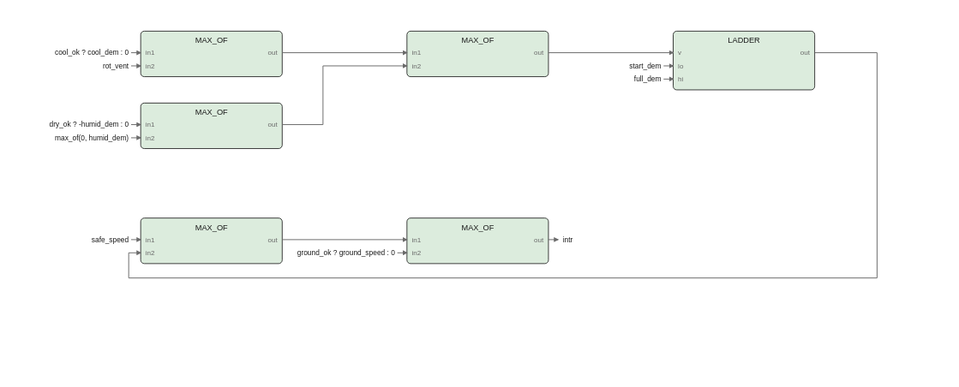
This is images/logic/intractors_fbd.drawio.svg from pstch/botanik2, a draw.io export, as it was before one commit. Source tidied: cells renumbered, new cells last; positions are measured from the earlier drawing's top-left corner, leaving out a move shared by most shapes.
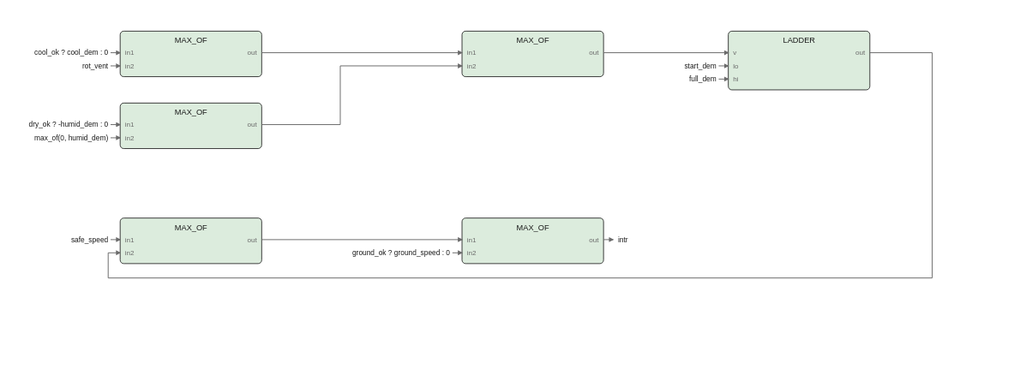
Later version of the same file.

What changed in the source:
```diff
@@ -3,218 +3,218 @@
     <mxCell id="0" />
     <mxCell id="1" parent="0" />
     <mxCell id="2" style="rounded=1;fillColor=#dcecdd;strokeColor=#1a1a1a;whiteSpace=wrap;html=1;fontSize=8;" parent="1" vertex="1">
-      <mxGeometry x="10" width="118" height="38" as="geometry" />
+      <mxGeometry x="-7" width="118" height="38" as="geometry" />
     </mxCell>
     <mxCell id="3" value="MAX_OF" style="text;html=1;fontSize=6;fontColor=#1a1a1a;align=center;" parent="1" vertex="1">
-      <mxGeometry x="69" y="3.4" width="40" height="10.6" as="geometry" />
+      <mxGeometry x="52" y="3.4" width="40" height="10.6" as="geometry" />
     </mxCell>
     <mxCell id="4" value="in1" style="text;html=1;fontSize=5;fontColor=#6b6b6b;align=left;" parent="1" vertex="1">
-      <mxGeometry x="14" y="14.2" width="40" height="9.8" as="geometry" />
+      <mxGeometry x="-3" y="14.2" width="40" height="9.8" as="geometry" />
     </mxCell>
     <mxCell id="5" value="in2" style="text;html=1;fontSize=5;fontColor=#6b6b6b;align=left;" parent="1" vertex="1">
-      <mxGeometry x="14" y="25.2" width="40" height="9.8" as="geometry" />
+      <mxGeometry x="-3" y="25.2" width="40" height="9.8" as="geometry" />
     </mxCell>
     <mxCell id="6" value="out" style="text;html=1;fontSize=5;fontColor=#6b6b6b;align=left;" parent="1" vertex="1">
-      <mxGeometry x="124" y="14.2" width="40" height="9.8" as="geometry" />
+      <mxGeometry x="107" y="14.2" width="40" height="9.8" as="geometry" />
     </mxCell>
     <mxCell id="7" style="rounded=1;fillColor=#dcecdd;strokeColor=#1a1a1a;whiteSpace=wrap;html=1;fontSize=8;" parent="1" vertex="1">
-      <mxGeometry x="10" y="60" width="118" height="38" as="geometry" />
+      <mxGeometry x="-7" y="60" width="118" height="38" as="geometry" />
     </mxCell>
     <mxCell id="8" value="MAX_OF" style="text;html=1;fontSize=6;fontColor=#1a1a1a;align=center;" parent="1" vertex="1">
-      <mxGeometry x="69" y="63.4" width="40" height="10.6" as="geometry" />
+      <mxGeometry x="52" y="63.4" width="40" height="10.6" as="geometry" />
     </mxCell>
     <mxCell id="9" value="in1" style="text;html=1;fontSize=5;fontColor=#6b6b6b;align=left;" parent="1" vertex="1">
-      <mxGeometry x="14" y="74.2" width="40" height="9.8" as="geometry" />
+      <mxGeometry x="-3" y="74.2" width="40" height="9.8" as="geometry" />
     </mxCell>
     <mxCell id="10" value="in2" style="text;html=1;fontSize=5;fontColor=#6b6b6b;align=left;" parent="1" vertex="1">
-      <mxGeometry x="14" y="85.2" width="40" height="9.8" as="geometry" />
+      <mxGeometry x="-3" y="85.2" width="40" height="9.8" as="geometry" />
     </mxCell>
     <mxCell id="11" value="out" style="text;html=1;fontSize=5;fontColor=#6b6b6b;align=left;" parent="1" vertex="1">
-      <mxGeometry x="124" y="74.2" width="40" height="9.8" as="geometry" />
+      <mxGeometry x="107" y="74.2" width="40" height="9.8" as="geometry" />
     </mxCell>
     <mxCell id="12" style="rounded=1;fillColor=#dcecdd;strokeColor=#1a1a1a;whiteSpace=wrap;html=1;fontSize=8;" parent="1" vertex="1">
-      <mxGeometry x="232" width="118" height="38" as="geometry" />
+      <mxGeometry x="278" width="118" height="38" as="geometry" />
     </mxCell>
     <mxCell id="13" value="MAX_OF" style="text;html=1;fontSize=6;fontColor=#1a1a1a;align=center;" parent="1" vertex="1">
-      <mxGeometry x="291" y="3.4" width="40" height="10.6" as="geometry" />
+      <mxGeometry x="337" y="3.4" width="40" height="10.6" as="geometry" />
     </mxCell>
     <mxCell id="14" value="in1" style="text;html=1;fontSize=5;fontColor=#6b6b6b;align=left;" parent="1" vertex="1">
-      <mxGeometry x="236" y="14.2" width="40" height="9.8" as="geometry" />
+      <mxGeometry x="282" y="14.2" width="40" height="9.8" as="geometry" />
     </mxCell>
     <mxCell id="15" value="in2" style="text;html=1;fontSize=5;fontColor=#6b6b6b;align=left;" parent="1" vertex="1">
-      <mxGeometry x="236" y="25.2" width="40" height="9.8" as="geometry" />
+      <mxGeometry x="282" y="25.2" width="40" height="9.8" as="geometry" />
     </mxCell>
     <mxCell id="16" value="out" style="text;html=1;fontSize=5;fontColor=#6b6b6b;align=left;" parent="1" vertex="1">
-      <mxGeometry x="346" y="14.2" width="40" height="9.8" as="geometry" />
+      <mxGeometry x="392" y="14.2" width="40" height="9.8" as="geometry" />
     </mxCell>
     <mxCell id="17" style="rounded=1;fillColor=#dcecdd;strokeColor=#1a1a1a;whiteSpace=wrap;html=1;fontSize=8;" parent="1" vertex="1">
-      <mxGeometry x="454" width="118" height="49" as="geometry" />
+      <mxGeometry x="500" width="118" height="49" as="geometry" />
     </mxCell>
     <mxCell id="18" value="LADDER" style="text;html=1;fontSize=6;fontColor=#1a1a1a;align=center;" parent="1" vertex="1">
-      <mxGeometry x="513" y="3.4" width="40" height="10.6" as="geometry" />
+      <mxGeometry x="559" y="3.4" width="40" height="10.6" as="geometry" />
     </mxCell>
     <mxCell id="19" value="v" style="text;html=1;fontSize=5;fontColor=#6b6b6b;align=left;" parent="1" vertex="1">
-      <mxGeometry x="458" y="14.2" width="40" height="9.8" as="geometry" />
+      <mxGeometry x="504" y="14.2" width="40" height="9.8" as="geometry" />
     </mxCell>
     <mxCell id="20" value="lo" style="text;html=1;fontSize=5;fontColor=#6b6b6b;align=left;" parent="1" vertex="1">
-      <mxGeometry x="458" y="25.2" width="40" height="9.8" as="geometry" />
+      <mxGeometry x="504" y="25.2" width="40" height="9.8" as="geometry" />
     </mxCell>
     <mxCell id="21" value="hi" style="text;html=1;fontSize=5;fontColor=#6b6b6b;align=left;" parent="1" vertex="1">
-      <mxGeometry x="458" y="36.2" width="40" height="9.8" as="geometry" />
+      <mxGeometry x="504" y="36.2" width="40" height="9.8" as="geometry" />
     </mxCell>
     <mxCell id="22" value="out" style="text;html=1;fontSize=5;fontColor=#6b6b6b;align=left;" parent="1" vertex="1">
-      <mxGeometry x="568" y="14.2" width="40" height="9.8" as="geometry" />
+      <mxGeometry x="614" y="14.2" width="40" height="9.8" as="geometry" />
     </mxCell>
     <mxCell id="23" style="rounded=1;fillColor=#dcecdd;strokeColor=#1a1a1a;whiteSpace=wrap;html=1;fontSize=8;" parent="1" vertex="1">
-      <mxGeometry x="10" y="156" width="118" height="38" as="geometry" />
+      <mxGeometry x="-7" y="156" width="118" height="38" as="geometry" />
     </mxCell>
     <mxCell id="24" value="MAX_OF" style="text;html=1;fontSize=6;fontColor=#1a1a1a;align=center;" parent="1" vertex="1">
-      <mxGeometry x="69" y="159.4" width="40" height="10.6" as="geometry" />
+      <mxGeometry x="52" y="159.4" width="40" height="10.6" as="geometry" />
     </mxCell>
     <mxCell id="25" value="in1" style="text;html=1;fontSize=5;fontColor=#6b6b6b;align=left;" parent="1" vertex="1">
-      <mxGeometry x="14" y="170.2" width="40" height="9.8" as="geometry" />
+      <mxGeometry x="-3" y="170.2" width="40" height="9.8" as="geometry" />
     </mxCell>
     <mxCell id="26" value="in2" style="text;html=1;fontSize=5;fontColor=#6b6b6b;align=left;" parent="1" vertex="1">
-      <mxGeometry x="14" y="181.2" width="40" height="9.8" as="geometry" />
+      <mxGeometry x="-3" y="181.2" width="40" height="9.8" as="geometry" />
     </mxCell>
     <mxCell id="27" value="out" style="text;html=1;fontSize=5;fontColor=#6b6b6b;align=left;" parent="1" vertex="1">
-      <mxGeometry x="124" y="170.2" width="40" height="9.8" as="geometry" />
+      <mxGeometry x="107" y="170.2" width="40" height="9.8" as="geometry" />
     </mxCell>
     <mxCell id="28" style="rounded=1;fillColor=#dcecdd;strokeColor=#1a1a1a;whiteSpace=wrap;html=1;fontSize=8;" parent="1" vertex="1">
-      <mxGeometry x="232" y="156" width="118" height="38" as="geometry" />
+      <mxGeometry x="278" y="156" width="118" height="38" as="geometry" />
     </mxCell>
     <mxCell id="29" value="MAX_OF" style="text;html=1;fontSize=6;fontColor=#1a1a1a;align=center;" parent="1" vertex="1">
-      <mxGeometry x="291" y="159.4" width="40" height="10.6" as="geometry" />
+      <mxGeometry x="337" y="159.4" width="40" height="10.6" as="geometry" />
     </mxCell>
     <mxCell id="30" value="in1" style="text;html=1;fontSize=5;fontColor=#6b6b6b;align=left;" parent="1" vertex="1">
-      <mxGeometry x="236" y="170.2" width="40" height="9.8" as="geometry" />
+      <mxGeometry x="282" y="170.2" width="40" height="9.8" as="geometry" />
     </mxCell>
     <mxCell id="31" value="in2" style="text;html=1;fontSize=5;fontColor=#6b6b6b;align=left;" parent="1" vertex="1">
-      <mxGeometry x="236" y="181.2" width="40" height="9.8" as="geometry" />
+      <mxGeometry x="282" y="181.2" width="40" height="9.8" as="geometry" />
     </mxCell>
     <mxCell id="32" value="out" style="text;html=1;fontSize=5;fontColor=#6b6b6b;align=left;" parent="1" vertex="1">
-      <mxGeometry x="346" y="170.2" width="40" height="9.8" as="geometry" />
+      <mxGeometry x="392" y="170.2" width="40" height="9.8" as="geometry" />
     </mxCell>
     <mxCell id="33" style="edgeStyle=none;html=1;strokeColor=#6b6b6b;endArrow=block;" parent="1" edge="1">
       <mxGeometry relative="1" as="geometry">
-        <mxPoint x="128" y="18" as="sourcePoint" />
-        <mxPoint x="232" y="18" as="targetPoint" />
+        <mxPoint x="396" y="174" as="sourcePoint" />
+        <mxPoint x="404" y="174" as="targetPoint" />
       </mxGeometry>
     </mxCell>
-    <mxCell id="34" style="edgeStyle=none;html=1;strokeColor=#6b6b6b;endArrow=block;" parent="1" edge="1">
-      <mxGeometry relative="1" as="geometry">
-        <mxPoint x="128" y="78" as="sourcePoint" />
-        <mxPoint x="232" y="29" as="targetPoint" />
-        <Array as="points">
-          <mxPoint x="162" y="78" />
-          <mxPoint x="162" y="29" />
-        </Array>
-      </mxGeometry>
-    </mxCell>
+    <mxCell id="55" value="intr" style="text;html=1;fontSize=6;fontColor=#1a1a1a;align=left;" parent="1" vertex="1">
+      <mxGeometry x="408" y="170" width="40" height="10" as="geometry" />
+    </mxCell>
     <mxCell id="35" style="edgeStyle=none;html=1;strokeColor=#6b6b6b;endArrow=block;" parent="1" edge="1">
       <mxGeometry relative="1" as="geometry">
-        <mxPoint x="350" y="18" as="sourcePoint" />
-        <mxPoint x="454" y="18" as="targetPoint" />
+        <mxPoint x="111" y="18" as="sourcePoint" />
+        <mxPoint x="278" y="18" as="targetPoint" />
       </mxGeometry>
     </mxCell>
     <mxCell id="36" style="edgeStyle=none;html=1;strokeColor=#6b6b6b;endArrow=block;" parent="1" edge="1">
       <mxGeometry relative="1" as="geometry">
-        <mxPoint x="572" y="18" as="sourcePoint" />
-        <mxPoint x="10" y="185" as="targetPoint" />
+        <mxPoint x="111" y="78" as="sourcePoint" />
+        <mxPoint x="278" y="29" as="targetPoint" />
         <Array as="points">
-          <mxPoint x="624" y="18" />
-          <mxPoint x="624" y="206" />
-          <mxPoint y="206" />
-          <mxPoint y="185" />
+          <mxPoint x="176.5" y="78" />
+          <mxPoint x="176.5" y="29" />
         </Array>
       </mxGeometry>
     </mxCell>
     <mxCell id="37" style="edgeStyle=none;html=1;strokeColor=#6b6b6b;endArrow=block;" parent="1" edge="1">
       <mxGeometry relative="1" as="geometry">
-        <mxPoint x="128" y="174" as="sourcePoint" />
-        <mxPoint x="232" y="174" as="targetPoint" />
+        <mxPoint x="396" y="18" as="sourcePoint" />
+        <mxPoint x="500" y="18" as="targetPoint" />
       </mxGeometry>
     </mxCell>
-    <mxCell id="38" value="cool_ok ? cool_dem : 0" style="text;html=1;fontSize=6;fontColor=#1a1a1a;align=left;" parent="1" vertex="1">
-      <mxGeometry y="14" width="110" height="10" as="geometry" />
-    </mxCell>
+    <mxCell id="56" style="edgeStyle=none;html=1;strokeColor=#6b6b6b;endArrow=block;" parent="1" edge="1">
+      <mxGeometry relative="1" as="geometry">
+        <mxPoint x="618" y="18" as="sourcePoint" />
+        <mxPoint x="-7" y="185" as="targetPoint" />
+        <Array as="points">
+          <mxPoint x="670" y="18" />
+          <mxPoint x="670" y="206" />
+          <mxPoint x="-17" y="206" />
+          <mxPoint x="-17" y="185" />
+        </Array>
+      </mxGeometry>
+    </mxCell>
     <mxCell id="39" style="edgeStyle=none;html=1;strokeColor=#6b6b6b;endArrow=block;" parent="1" edge="1">
       <mxGeometry relative="1" as="geometry">
-        <mxPoint x="2" y="18" as="sourcePoint" />
-        <mxPoint x="10" y="18" as="targetPoint" />
+        <mxPoint x="111" y="174" as="sourcePoint" />
+        <mxPoint x="278" y="174" as="targetPoint" />
       </mxGeometry>
     </mxCell>
-    <mxCell id="40" value="rot_vent" style="text;html=1;fontSize=6;fontColor=#1a1a1a;align=left;" parent="1" vertex="1">
-      <mxGeometry y="25" width="40" height="10" as="geometry" />
+    <mxCell id="40" value="cool_ok ? cool_dem : 0" style="text;html=1;fontSize=6;fontColor=#1a1a1a;align=left;" parent="1" vertex="1">
+      <mxGeometry x="-17" y="14" width="110" height="10" as="geometry" />
     </mxCell>
     <mxCell id="41" style="edgeStyle=none;html=1;strokeColor=#6b6b6b;endArrow=block;" parent="1" edge="1">
       <mxGeometry relative="1" as="geometry">
-        <mxPoint x="2" y="29" as="sourcePoint" />
-        <mxPoint x="10" y="29" as="targetPoint" />
+        <mxPoint x="-15" y="18" as="sourcePoint" />
+        <mxPoint x="-7" y="18" as="targetPoint" />
       </mxGeometry>
     </mxCell>
-    <mxCell id="42" value="dry_ok ? -humid_dem : 0" style="text;html=1;fontSize=6;fontColor=#1a1a1a;align=left;" parent="1" vertex="1">
-      <mxGeometry y="74" width="115" height="10" as="geometry" />
+    <mxCell id="42" value="rot_vent" style="text;html=1;fontSize=6;fontColor=#1a1a1a;align=left;" parent="1" vertex="1">
+      <mxGeometry x="-17" y="25" width="40" height="10" as="geometry" />
     </mxCell>
     <mxCell id="43" style="edgeStyle=none;html=1;strokeColor=#6b6b6b;endArrow=block;" parent="1" edge="1">
       <mxGeometry relative="1" as="geometry">
-        <mxPoint x="2" y="78" as="sourcePoint" />
-        <mxPoint x="10" y="78" as="targetPoint" />
+        <mxPoint x="-15" y="29" as="sourcePoint" />
+        <mxPoint x="-7" y="29" as="targetPoint" />
       </mxGeometry>
     </mxCell>
-    <mxCell id="44" value="max_of(0, humid_dem)" style="text;html=1;fontSize=6;fontColor=#1a1a1a;align=left;" parent="1" vertex="1">
-      <mxGeometry y="85" width="100" height="10" as="geometry" />
+    <mxCell id="44" value="dry_ok ? -humid_dem : 0" style="text;html=1;fontSize=6;fontColor=#1a1a1a;align=left;" parent="1" vertex="1">
+      <mxGeometry x="-17" y="74" width="115" height="10" as="geometry" />
     </mxCell>
     <mxCell id="45" style="edgeStyle=none;html=1;strokeColor=#6b6b6b;endArrow=block;" parent="1" edge="1">
       <mxGeometry relative="1" as="geometry">
-        <mxPoint x="2" y="89" as="sourcePoint" />
-        <mxPoint x="10" y="89" as="targetPoint" />
+        <mxPoint x="-15" y="78" as="sourcePoint" />
+        <mxPoint x="-7" y="78" as="targetPoint" />
       </mxGeometry>
     </mxCell>
-    <mxCell id="46" value="start_dem" style="text;html=1;fontSize=6;fontColor=#1a1a1a;align=left;" parent="1" vertex="1">
-      <mxGeometry x="444" y="25" width="45" height="10" as="geometry" />
+    <mxCell id="46" value="max_of(0, humid_dem)" style="text;html=1;fontSize=6;fontColor=#1a1a1a;align=left;" parent="1" vertex="1">
+      <mxGeometry x="-17" y="85" width="100" height="10" as="geometry" />
     </mxCell>
     <mxCell id="47" style="edgeStyle=none;html=1;strokeColor=#6b6b6b;endArrow=block;" parent="1" edge="1">
       <mxGeometry relative="1" as="geometry">
-        <mxPoint x="446" y="29" as="sourcePoint" />
-        <mxPoint x="454" y="29" as="targetPoint" />
+        <mxPoint x="-15" y="89" as="sourcePoint" />
+        <mxPoint x="-7" y="89" as="targetPoint" />
       </mxGeometry>
     </mxCell>
-    <mxCell id="48" value="full_dem" style="text;html=1;fontSize=6;fontColor=#1a1a1a;align=left;" parent="1" vertex="1">
-      <mxGeometry x="444" y="36" width="40" height="10" as="geometry" />
+    <mxCell id="48" value="start_dem" style="text;html=1;fontSize=6;fontColor=#1a1a1a;align=left;" parent="1" vertex="1">
+      <mxGeometry x="490" y="25" width="45" height="10" as="geometry" />
     </mxCell>
     <mxCell id="49" style="edgeStyle=none;html=1;strokeColor=#6b6b6b;endArrow=block;" parent="1" edge="1">
       <mxGeometry relative="1" as="geometry">
-        <mxPoint x="446" y="40" as="sourcePoint" />
-        <mxPoint x="454" y="40" as="targetPoint" />
+        <mxPoint x="492" y="29" as="sourcePoint" />
+        <mxPoint x="500" y="29" as="targetPoint" />
       </mxGeometry>
     </mxCell>
-    <mxCell id="50" value="safe_speed" style="text;html=1;fontSize=6;fontColor=#1a1a1a;align=left;" parent="1" vertex="1">
-      <mxGeometry y="170" width="50" height="10" as="geometry" />
+    <mxCell id="50" value="full_dem" style="text;html=1;fontSize=6;fontColor=#1a1a1a;align=left;" parent="1" vertex="1">
+      <mxGeometry x="490" y="36" width="40" height="10" as="geometry" />
     </mxCell>
     <mxCell id="51" style="edgeStyle=none;html=1;strokeColor=#6b6b6b;endArrow=block;" parent="1" edge="1">
       <mxGeometry relative="1" as="geometry">
-        <mxPoint x="2" y="174" as="sourcePoint" />
-        <mxPoint x="10" y="174" as="targetPoint" />
+        <mxPoint x="492" y="40" as="sourcePoint" />
+        <mxPoint x="500" y="40" as="targetPoint" />
       </mxGeometry>
     </mxCell>
-    <mxCell id="52" value="ground_ok ? ground_speed : 0" style="text;html=1;fontSize=6;fontColor=#1a1a1a;align=left;" parent="1" vertex="1">
-      <mxGeometry x="222" y="181" width="140" height="10" as="geometry" />
+    <mxCell id="52" value="safe_speed" style="text;html=1;fontSize=6;fontColor=#1a1a1a;align=left;" parent="1" vertex="1">
+      <mxGeometry x="-17" y="170" width="50" height="10" as="geometry" />
     </mxCell>
     <mxCell id="53" style="edgeStyle=none;html=1;strokeColor=#6b6b6b;endArrow=block;" parent="1" edge="1">
       <mxGeometry relative="1" as="geometry">
-        <mxPoint x="224" y="185" as="sourcePoint" />
-        <mxPoint x="232" y="185" as="targetPoint" />
+        <mxPoint x="-15" y="174" as="sourcePoint" />
+        <mxPoint x="-7" y="174" as="targetPoint" />
       </mxGeometry>
     </mxCell>
-    <mxCell id="54" style="edgeStyle=none;html=1;strokeColor=#6b6b6b;endArrow=block;" parent="1" edge="1">
-      <mxGeometry relative="1" as="geometry">
-        <mxPoint x="350" y="174" as="sourcePoint" />
-        <mxPoint x="358" y="174" as="targetPoint" />
-      </mxGeometry>
-    </mxCell>
-    <mxCell id="55" value="intr" style="text;html=1;fontSize=6;fontColor=#1a1a1a;align=left;" parent="1" vertex="1">
-      <mxGeometry x="362" y="170" width="40" height="10" as="geometry" />
-    </mxCell>
+    <mxCell id="57" value="ground_ok ? ground_speed : 0" style="text;html=1;fontSize=6;fontColor=#1a1a1a;align=left;" parent="1" vertex="1">
+      <mxGeometry x="268" y="181" width="140" height="10" as="geometry" />
+    </mxCell>
+    <mxCell id="58" style="edgeStyle=none;html=1;strokeColor=#6b6b6b;endArrow=block;" parent="1" edge="1">
+      <mxGeometry relative="1" as="geometry">
+        <mxPoint x="270" y="185" as="sourcePoint" />
+        <mxPoint x="278" y="185" as="targetPoint" />
+      </mxGeometry>
+    </mxCell>
   </root>
 </mxGraphModel>
```
